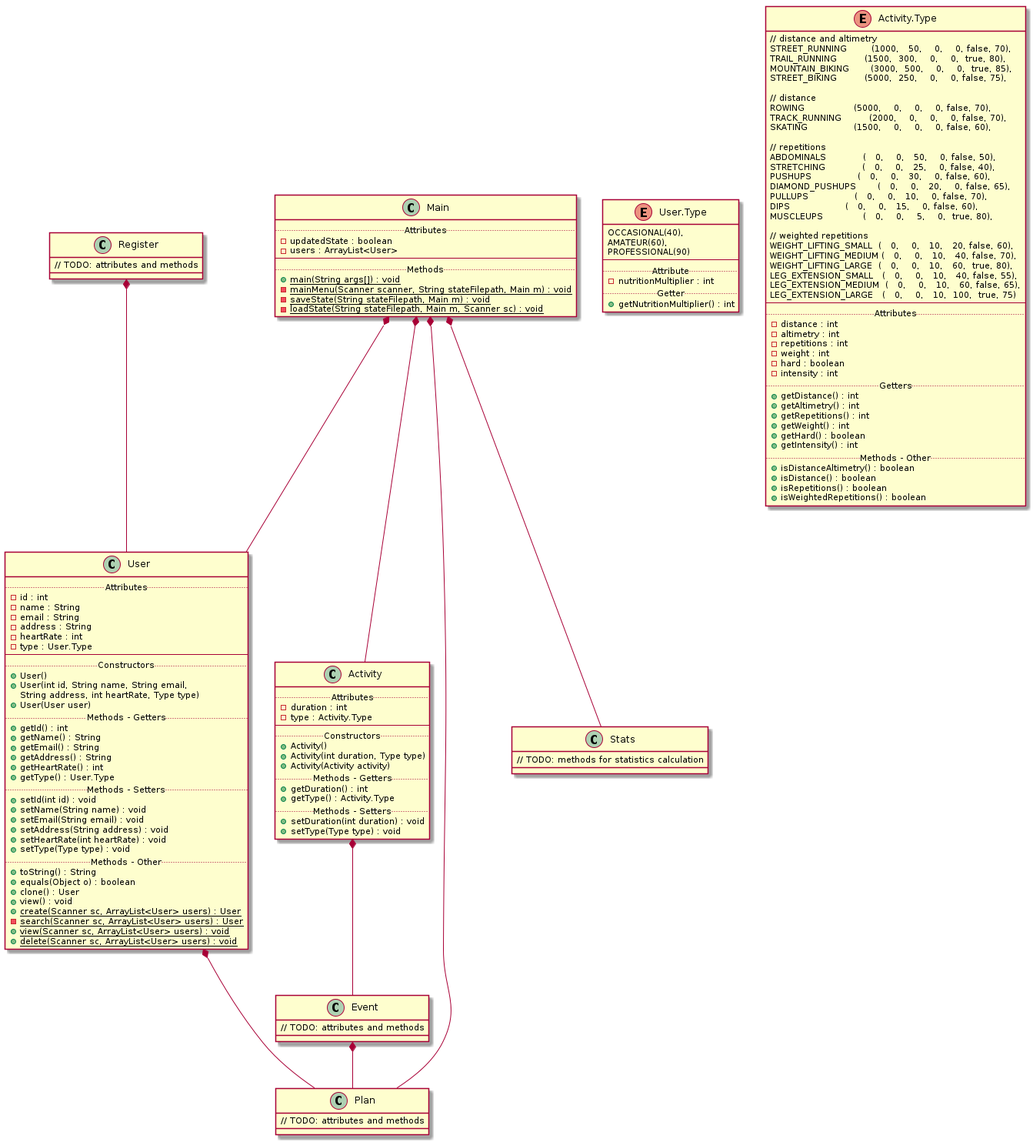
Before: diagram/diagram.png, a diagram exported from PlantUML (flaviaraujo/project-OOP). Its source is kept beside it as diagram/diagram.puml.
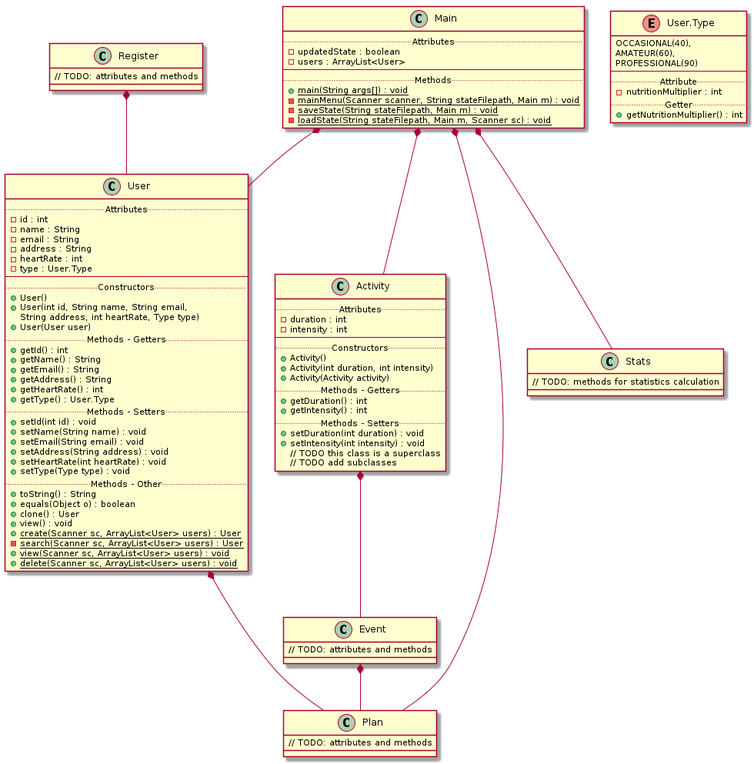
Above is the later version.

Commit message:
Change Activity to superclass

The edit, as a diff of the source:
```diff
@@ -57,68 +57,20 @@
 class Activity {
     .. Attributes ..
     -duration : int
-    -type : Activity.Type
+    -intensity : int
     --
     .. Constructors ..
     +Activity()
-    +Activity(int duration, Type type)
+    +Activity(int duration, int intensity)
     +Activity(Activity activity)
     .. Methods - Getters ..
     +getDuration() : int
-    +getType() : Activity.Type
+    +getIntensity() : int
     .. Methods - Setters ..
     +setDuration(int duration) : void
-    +setType(Type type) : void
-}
-
-enum Activity.Type {
-    // distance and altimetry
-    STREET_RUNNING        (1000,   50,    0,    0, false, 70),
-    TRAIL_RUNNING         (1500,  300,    0,    0,  true, 80),
-    MOUNTAIN_BIKING       (3000,  500,    0,    0,  true, 85),
-    STREET_BIKING         (5000,  250,    0,    0, false, 75),
-
-    // distance
-    ROWING                (5000,    0,    0,    0, false, 70),
-    TRACK_RUNNING         (2000,    0,    0,    0, false, 70),
-    SKATING               (1500,    0,    0,    0, false, 60),
-
-    // repetitions
-    ABDOMINALS            (   0,    0,   50,    0, false, 50),
-    STRETCHING            (   0,    0,   25,    0, false, 40),
-    PUSHUPS               (   0,    0,   30,    0, false, 60),
-    DIAMOND_PUSHUPS       (   0,    0,   20,    0, false, 65),
-    PULLUPS               (   0,    0,   10,    0, false, 70),
-    DIPS                  (   0,    0,   15,    0, false, 60),
-    MUSCLEUPS             (   0,    0,    5,    0,  true, 80),
-
-    // weighted repetitions
-    WEIGHT_LIFTING_SMALL  (   0,    0,   10,   20, false, 60),
-    WEIGHT_LIFTING_MEDIUM (   0,    0,   10,   40, false, 70),
-    WEIGHT_LIFTING_LARGE  (   0,    0,   10,   60,  true, 80),
-    LEG_EXTENSION_SMALL   (   0,    0,   10,   40, false, 55),
-    LEG_EXTENSION_MEDIUM  (   0,    0,   10,   60, false, 65),
-    LEG_EXTENSION_LARGE   (   0,    0,   10,  100,  true, 75)
-    --
-    .. Attributes ..
-    -distance : int
-    -altimetry : int
-    -repetitions : int
-    -weight : int
-    -hard : boolean
-    -intensity : int
-    .. Getters ..
-    +getDistance() : int
-    +getAltimetry() : int
-    +getRepetitions() : int
-    +getWeight() : int
-    +getHard() : boolean
-    +getIntensity() : int
-    .. Methods - Other ..
-    +isDistanceAltimetry() : boolean
-    +isDistance() : boolean
-    +isRepetitions() : boolean
-    +isWeightedRepetitions() : boolean
+    +setIntensity(int intensity) : void
+    // TODO this class is a superclass
+    // TODO add subclasses
 }
 
 class Plan {
```
